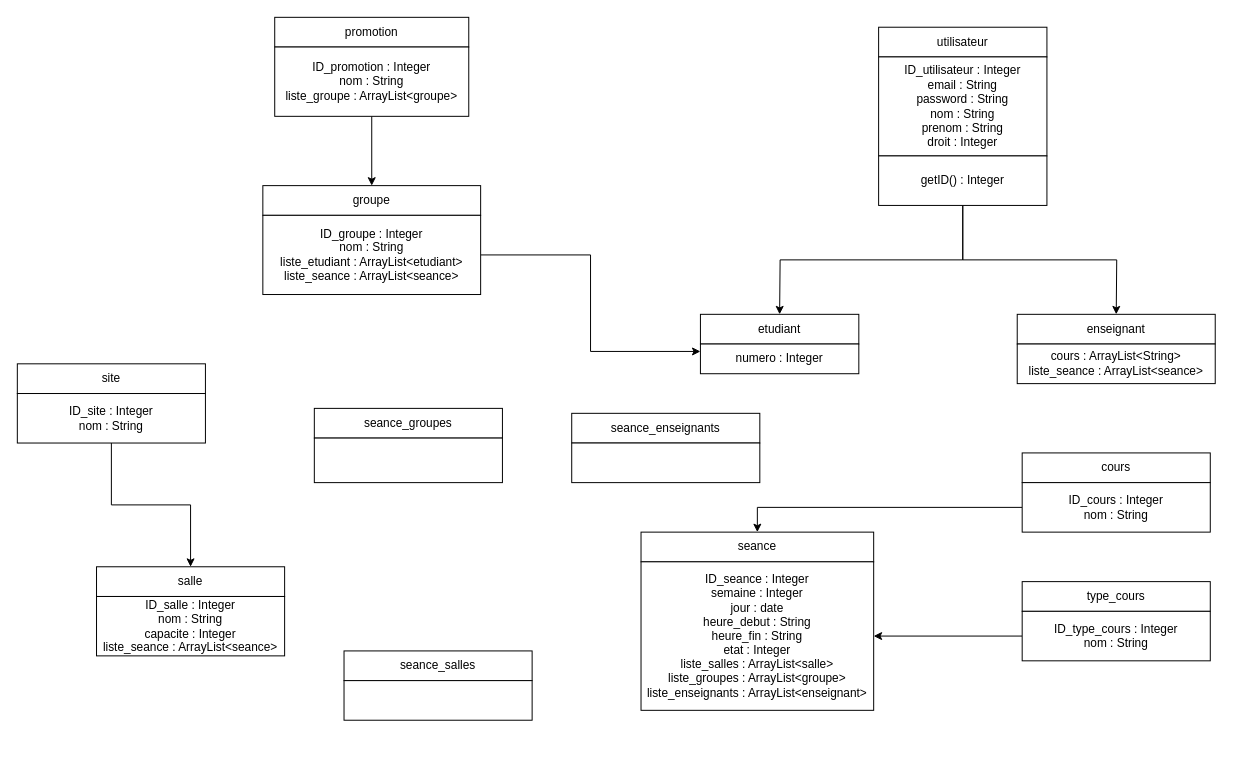
Before: Untitled Diagram.drawio in Quiery/timetable, a draw.io diagram. Source tidied: cells renumbered, new cells numbered last; positions are measured from the earlier drawing's top-left corner, leaving out a move shared by most shapes. Both pictures are drawn from the tidied source at 99%, with x=0, y=0 at pixel (17, 17).
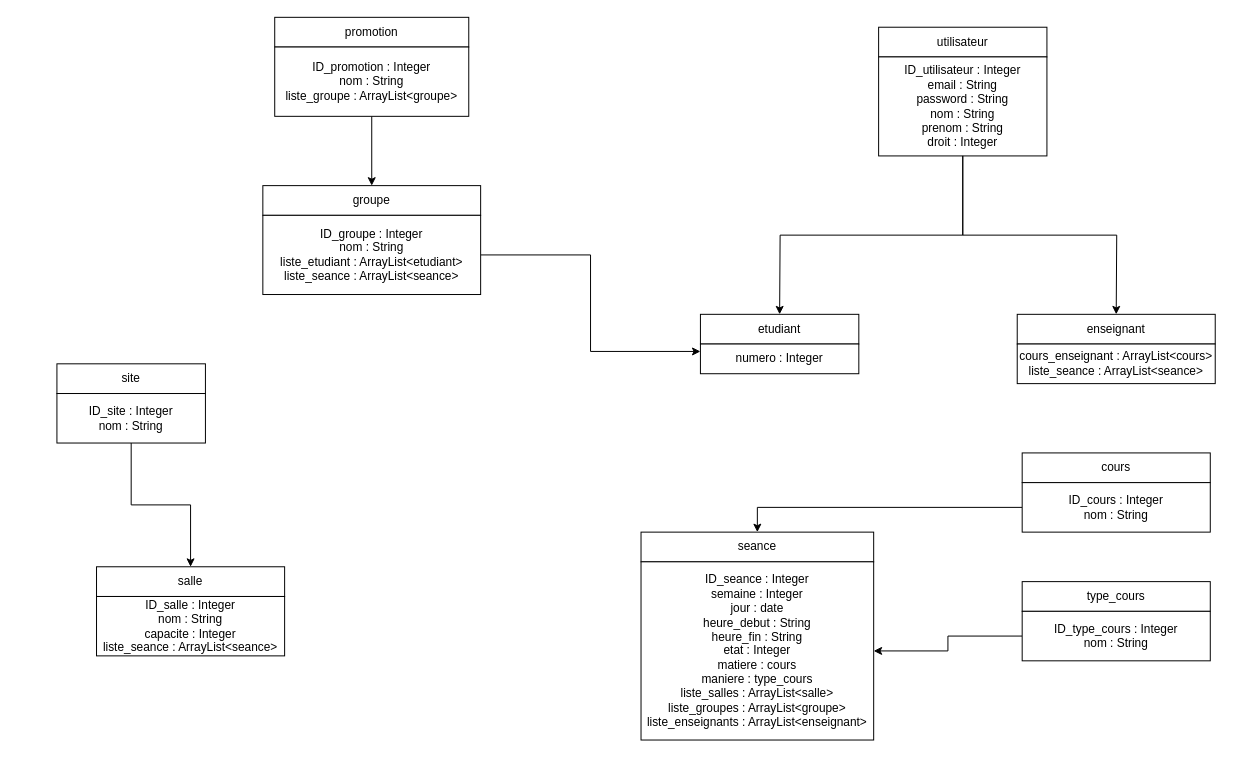
The same diagram, later.

The change refers to these unchanged cells:
```xml
<mxCell id="3" value="ID_utilisateur : Integer&lt;br&gt;email : String&lt;br&gt;password : String&lt;br&gt;nom : String&lt;br&gt;prenom : String&lt;br&gt;droit : Integer" style="rounded=0;whiteSpace=wrap;html=1;" parent="1" vertex="1">
  <mxGeometry x="870" y="40" width="170" height="100" as="geometry" />
</mxCell>
```

Change to the diagram source:
```diff
@@
-    <mxCell id="4" style="edgeStyle=orthogonalEdgeStyle;rounded=0;jettySize=auto;html=1;exitX=0.5;exitY=1;exitDx=0;exitDy=0;" parent="1" edge="1" source="6">
+    <mxCell id="4" style="edgeStyle=orthogonalEdgeStyle;rounded=0;jettySize=auto;html=1;exitX=0.5;exitY=1;exitDx=0;exitDy=0;" parent="1" edge="1" source="3">
       <mxGeometry relative="1" as="geometry">
         <mxPoint x="770" y="300" as="targetPoint" />
       </mxGeometry>
     </mxCell>
-    <mxCell id="5" style="edgeStyle=orthogonalEdgeStyle;rounded=0;jettySize=auto;html=1;exitX=0.5;exitY=1;exitDx=0;exitDy=0;" parent="1" edge="1" source="6">
+    <mxCell id="5" style="edgeStyle=orthogonalEdgeStyle;rounded=0;jettySize=auto;html=1;exitX=0.5;exitY=1;exitDx=0;exitDy=0;" parent="1" edge="1" source="3">
       <mxGeometry relative="1" as="geometry">
         <mxPoint x="1110" y="300" as="targetPoint" />
       </mxGeometry>
     </mxCell>
-    <mxCell id="6" value="getID() : Integer&lt;br&gt;" style="rounded=0;whiteSpace=wrap;html=1;" parent="1" vertex="1">
-      <mxGeometry x="870" y="140" width="170" height="50" as="geometry" />
-    </mxCell>
@@
-    <mxCell id="10" value="cours : ArrayList&amp;lt;String&amp;gt;&lt;br&gt;liste_seance : ArrayList&amp;lt;seance&amp;gt;" style="rounded=0;whiteSpace=wrap;html=1;" parent="1" vertex="1">
+    <mxCell id="10" value="cours_enseignant : ArrayList&amp;lt;cours&amp;gt;&lt;br&gt;liste_seance : ArrayList&amp;lt;seance&amp;gt;" style="rounded=0;whiteSpace=wrap;html=1;" parent="1" vertex="1">
       <mxGeometry x="1010" y="330" width="200" height="40" as="geometry" />
     </mxCell>
@@
     <mxCell id="23" value="site" style="rounded=0;whiteSpace=wrap;html=1;" parent="1" vertex="1">
-      <mxGeometry y="350" width="190" height="30" as="geometry" />
+      <mxGeometry x="40" y="350" width="150" height="30" as="geometry" />
     </mxCell>
@@
-    <mxCell id="25" value="ID_site : Integer&lt;br&gt;nom : String" style="rounded=0;whiteSpace=wrap;html=1;" parent="1" vertex="1">
-      <mxGeometry y="380" width="190" height="50" as="geometry" />
+    <mxCell id="25" value="ID_site : Integer&lt;br&gt;nom : String&lt;br&gt;" style="rounded=0;whiteSpace=wrap;html=1;" parent="1" vertex="1">
+      <mxGeometry x="40" y="380" width="150" height="50" as="geometry" />
     </mxCell>
@@
-    <mxCell id="29" value="ID_seance : Integer&lt;br&gt;semaine : Integer&lt;br&gt;jour : date&lt;br&gt;heure_debut : String&lt;br&gt;heure_fin : String&lt;br&gt;etat : Integer&lt;br&gt;liste_salles : ArrayList&amp;lt;salle&amp;gt;&lt;br&gt;liste_groupes : ArrayList&amp;lt;groupe&amp;gt;&lt;br&gt;liste_enseignants : ArrayList&amp;lt;enseignant&amp;gt;" style="rounded=0;whiteSpace=wrap;html=1;" parent="1" vertex="1">
-      <mxGeometry x="630" y="550" width="235" height="150" as="geometry" />
+    <mxCell id="29" value="ID_seance : Integer&lt;br&gt;semaine : Integer&lt;br&gt;jour : date&lt;br&gt;heure_debut : String&lt;br&gt;heure_fin : String&lt;br&gt;etat : Integer&lt;br&gt;matiere : cours&lt;br&gt;maniere : type_cours&lt;br&gt;liste_salles : ArrayList&amp;lt;salle&amp;gt;&lt;br&gt;liste_groupes : ArrayList&amp;lt;groupe&amp;gt;&lt;br&gt;liste_enseignants : ArrayList&amp;lt;enseignant&amp;gt;" style="rounded=0;whiteSpace=wrap;html=1;" parent="1" vertex="1">
+      <mxGeometry x="630" y="550" width="235" height="180" as="geometry" />
     </mxCell>
-    <mxCell id="30" value="seance_groupes" style="rounded=0;whiteSpace=wrap;html=1;" parent="1" vertex="1">
-      <mxGeometry x="300" y="395" width="190" height="30" as="geometry" />
-    </mxCell>
-    <mxCell id="31" value="seance_enseignants" style="rounded=0;whiteSpace=wrap;html=1;" parent="1" vertex="1">
-      <mxGeometry x="560" y="400" width="190" height="30" as="geometry" />
-    </mxCell>
-    <mxCell id="32" style="rounded=0;whiteSpace=wrap;html=1;" parent="1" vertex="1">
-      <mxGeometry x="560" y="430" width="190" height="40" as="geometry" />
-    </mxCell>
-    <mxCell id="33" style="edgeStyle=orthogonalEdgeStyle;rounded=0;jettySize=auto;html=1;" parent="1" edge="1" source="34" target="35">
-      <mxGeometry relative="1" as="geometry" />
-    </mxCell>
-    <mxCell id="34" value="seance_salles" style="rounded=0;whiteSpace=wrap;html=1;" parent="1" vertex="1">
-      <mxGeometry x="330" y="640" width="190" height="30" as="geometry" />
-    </mxCell>
-    <mxCell id="35" style="rounded=0;whiteSpace=wrap;html=1;" parent="1" vertex="1">
-      <mxGeometry x="330" y="670" width="190" height="40" as="geometry" />
-    </mxCell>
-    <mxCell id="36" style="rounded=0;whiteSpace=wrap;html=1;" parent="1" vertex="1">
-      <mxGeometry x="300" y="425" width="190" height="45" as="geometry" />
-    </mxCell>
```
